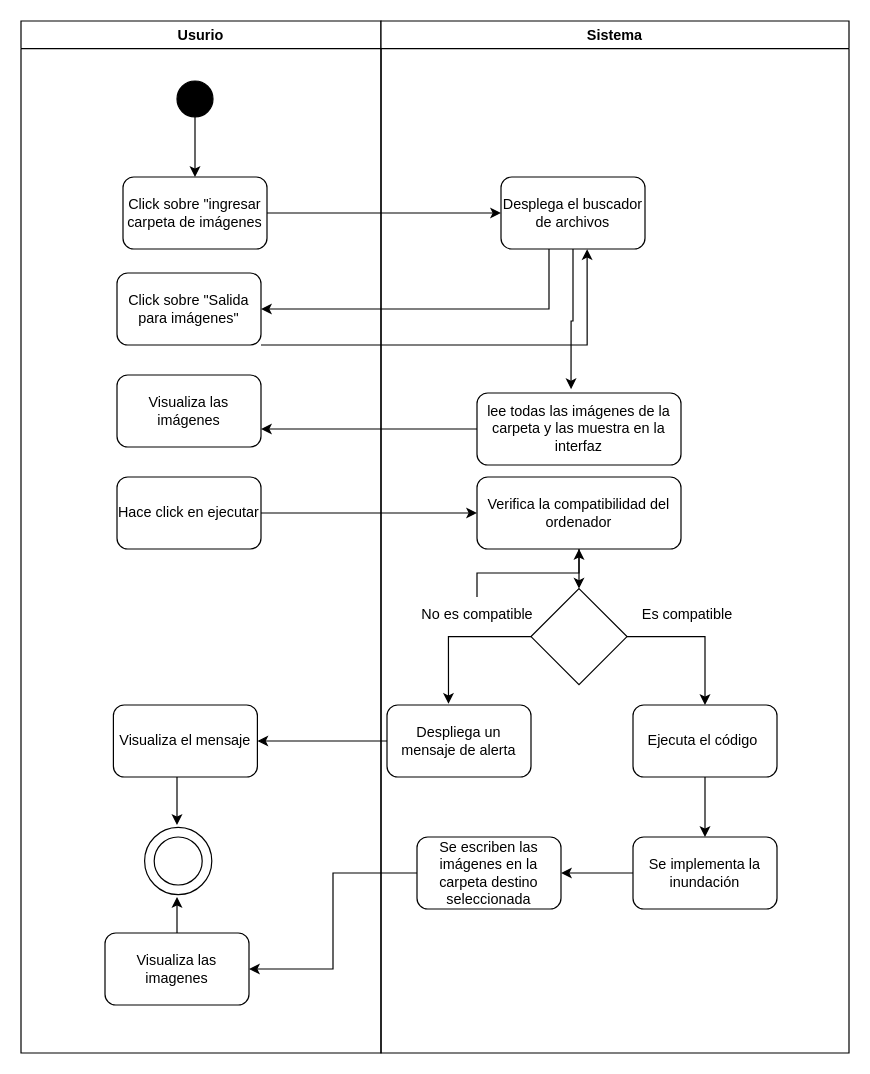
Earlier version of the draw.io diagram tesis-diiagrama-actividades.drawio (Hualmss/diagramas-pis). Source tidied: cells renumbered, new cells numbered last; positions are measured from the earlier drawing's top-left corner, leaving out a move shared by most shapes. Both pictures are drawn from the tidied source at 120%, with x=0, y=0 at pixel (20, 20).
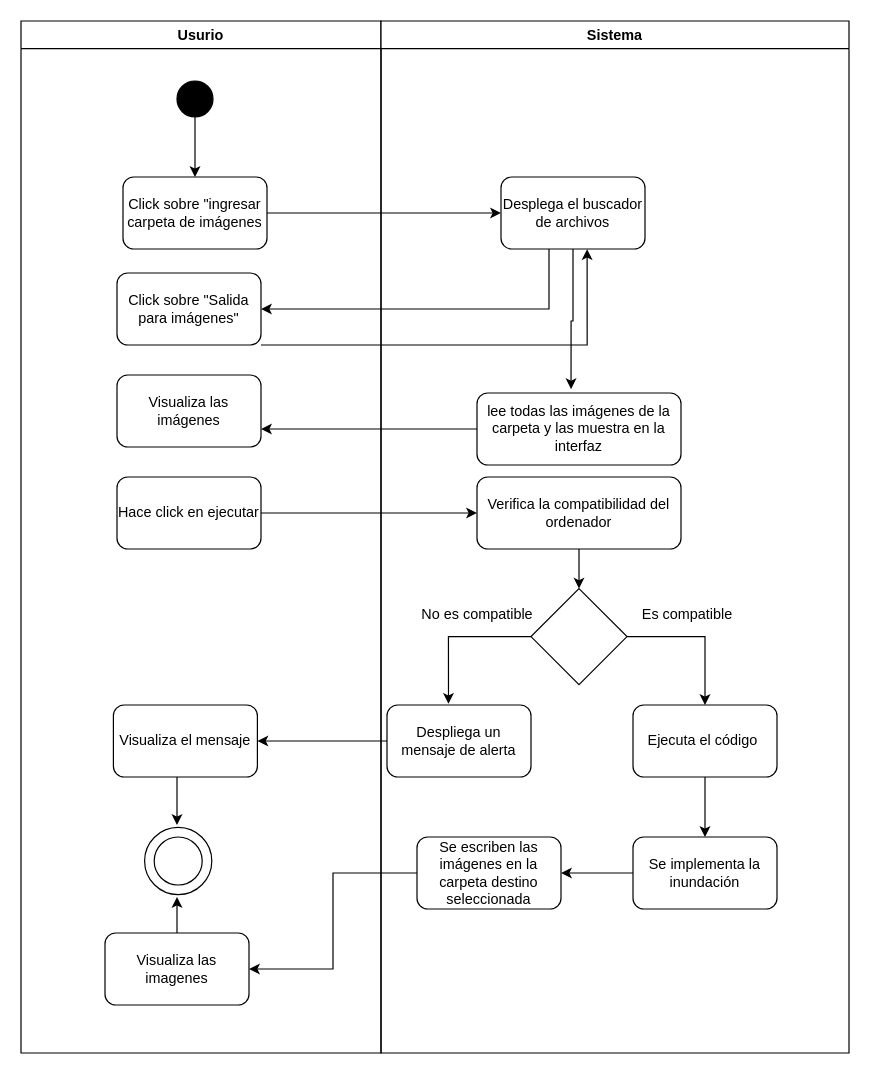
The same page after the edit.

The change refers to these unchanged cells:
```xml
<mxCell id="12" value="Sistema" style="swimlane;whiteSpace=wrap;html=1;" parent="1" vertex="1">
  <mxGeometry x="300" width="390" height="860" as="geometry" />
</mxCell>
<mxCell id="17" value="Verifica la compatibilidad del ordenador" style="rounded=1;whiteSpace=wrap;html=1;" parent="12" vertex="1">
  <mxGeometry x="80" y="380" width="170" height="60" as="geometry" />
</mxCell>
<mxCell id="26" value="No es compatible" style="text;html=1;align=center;verticalAlign=middle;points=[];fillColor=none;strokeColor=none;rounded=0;" parent="12" vertex="1">
  <mxGeometry x="20" y="480" width="120" height="30" as="geometry" />
</mxCell>
```

Diff of the diagram source:
```diff
@@
-    <mxCell id="25" style="edgeStyle=orthogonalEdgeStyle;rounded=0;jettySize=auto;html=1;" parent="12" edge="1" source="26" target="17">
-      <mxGeometry relative="1" as="geometry" />
-    </mxCell>
```
